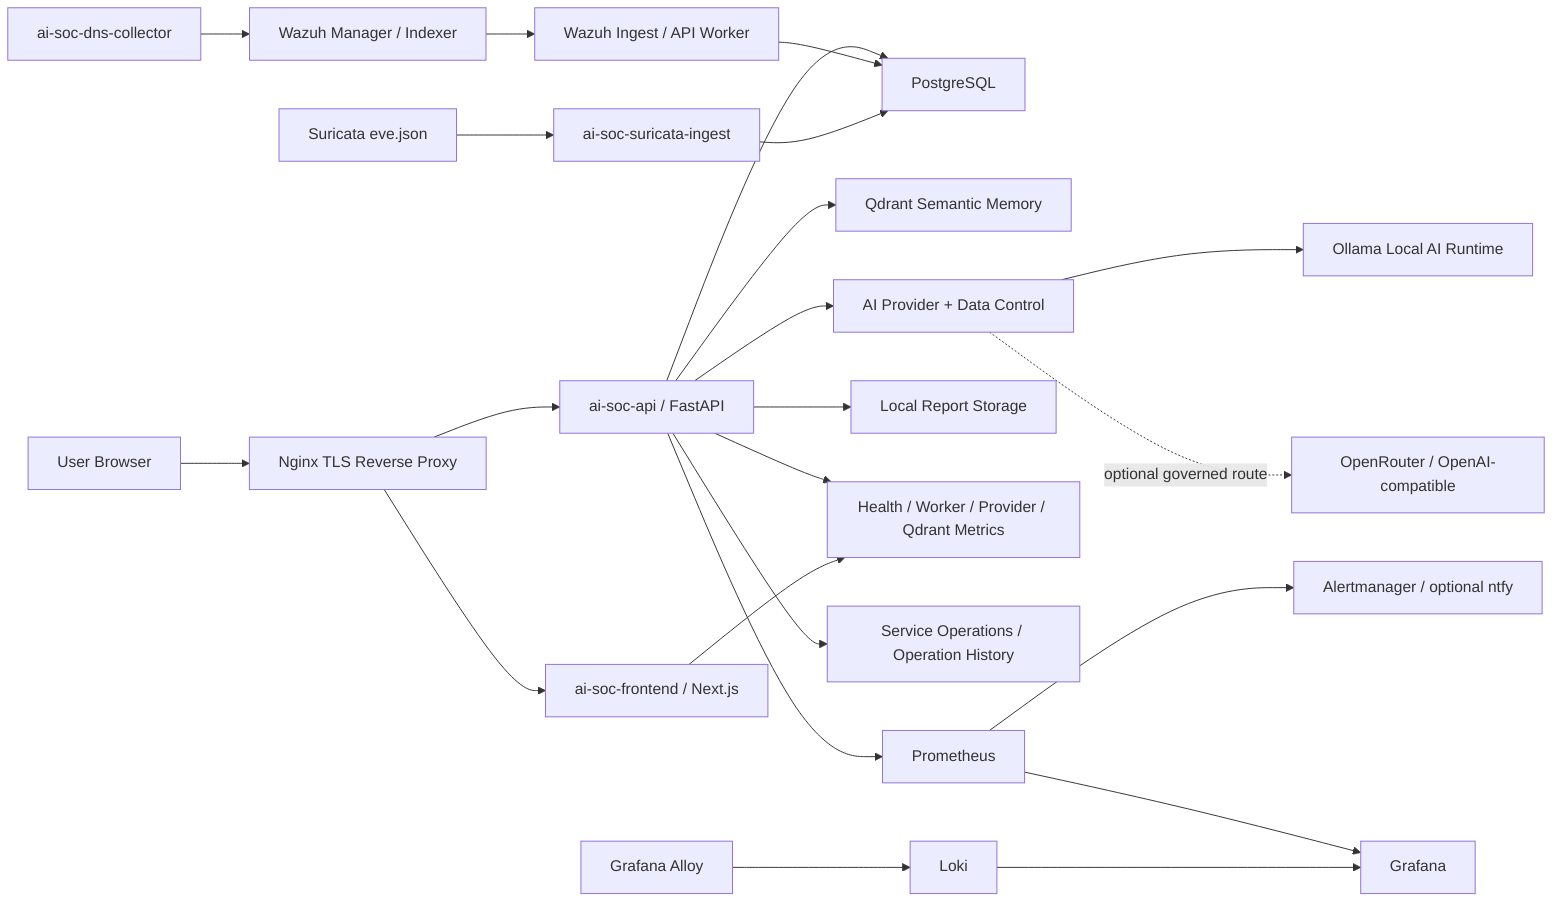
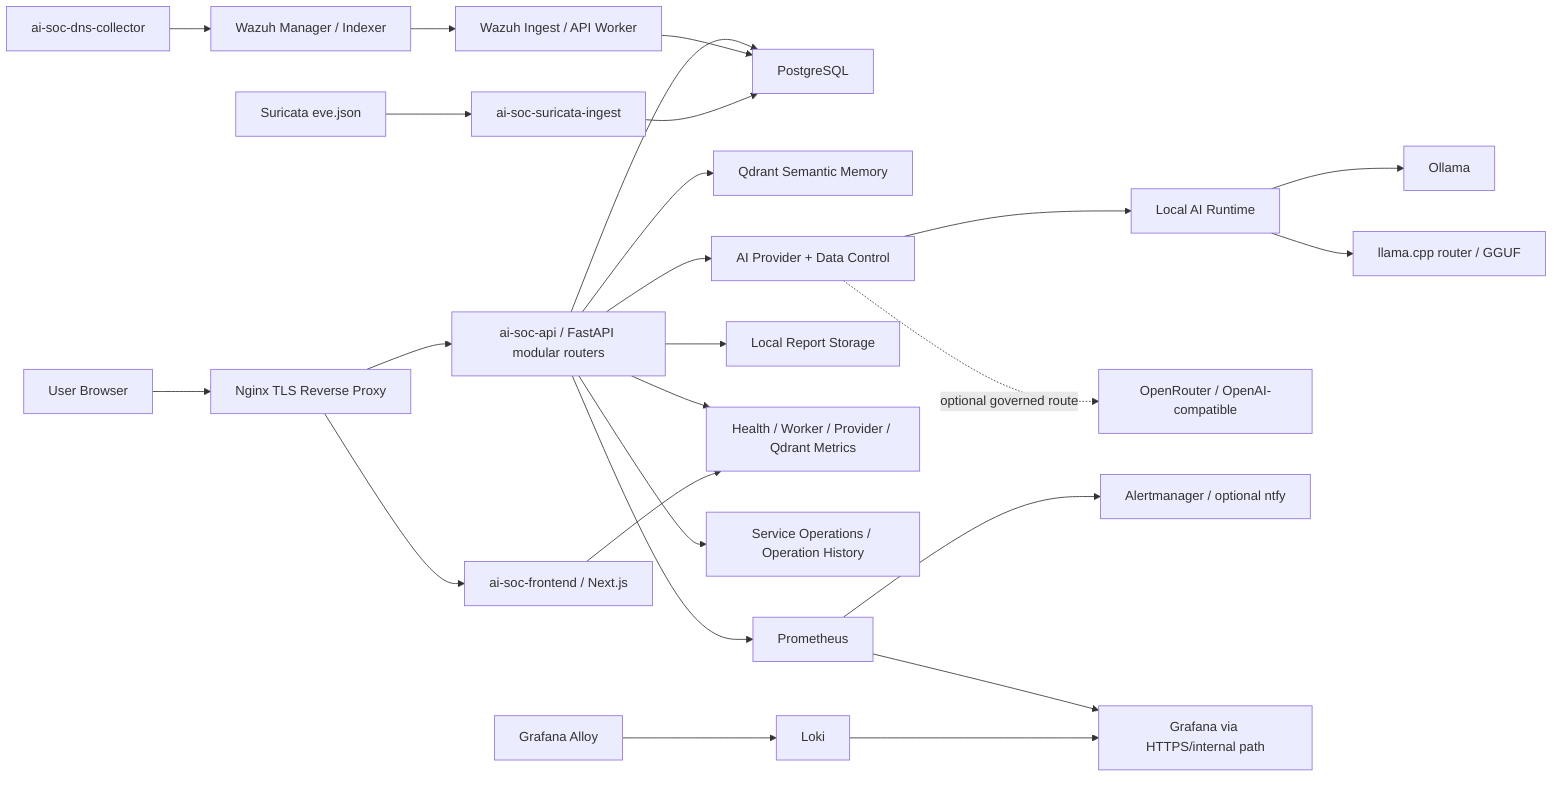
flowchart LR
  user["User Browser"] --> nginx["Nginx TLS Reverse Proxy"]
  nginx --> frontend["ai-soc-frontend / Next.js"]
-   nginx --> api["ai-soc-api / FastAPI"]
+   nginx --> api["ai-soc-api / FastAPI modular routers"]

  api --> postgres["PostgreSQL"]
  api --> qdrant["Qdrant Semantic Memory"]
  api --> ai_policy["AI Provider + Data Control"]
-   ai_policy --> ollama["Ollama Local AI Runtime"]
+   ai_policy --> local_ai["Local AI Runtime"]
+   local_ai --> ollama["Ollama"]
+   local_ai --> llama_cpp["llama.cpp router / GGUF"]
  ai_policy -. "optional governed route" .-> external_ai["OpenRouter / OpenAI-compatible"]
  api --> reports["Local Report Storage"]

  wazuh["Wazuh Manager / Indexer"] --> wazuh_ingest["Wazuh Ingest / API Worker"]
  wazuh_ingest --> postgres
  suricata_logs["Suricata eve.json"] --> suricata_worker["ai-soc-suricata-ingest"]
  suricata_worker --> postgres

  dns_collector["ai-soc-dns-collector"] --> wazuh

  api --> health["Health / Worker / Provider / Qdrant Metrics"]
  frontend --> health

  api --> operations["Service Operations / Operation History"]
  prometheus["Prometheus"] --> alertmanager["Alertmanager / optional ntfy"]
  alloy["Grafana Alloy"] --> loki["Loki"]
-   prometheus --> grafana["Grafana"]
+   prometheus --> grafana["Grafana via HTTPS/internal path"]
  loki --> grafana
  api --> prometheus
